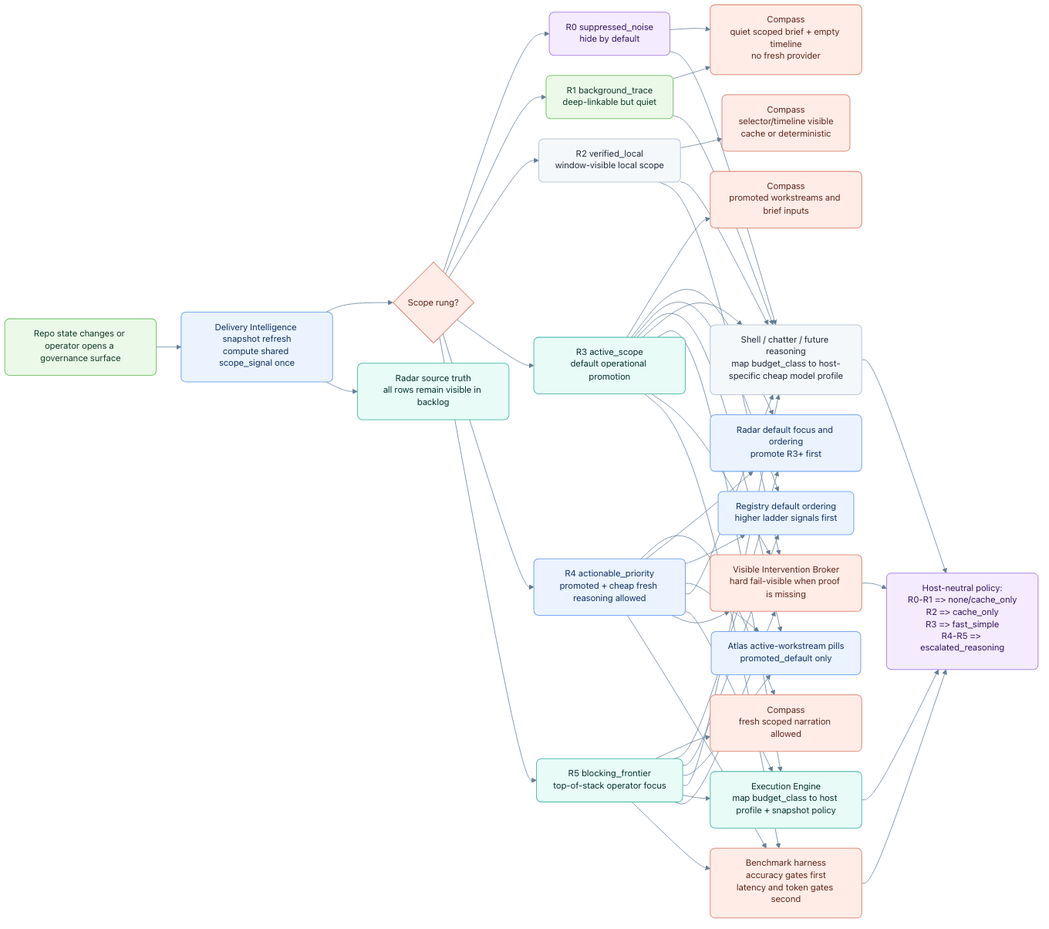
This is odylith/atlas/source/odylith-governance-surface-focus-and-budget-gating-flow.png from odylith/odylith, a Mermaid export, as it was before one commit. Its source is kept beside it as odylith/atlas/source/odylith-governance-surface-focus-and-budget-gating-flow.mmd.
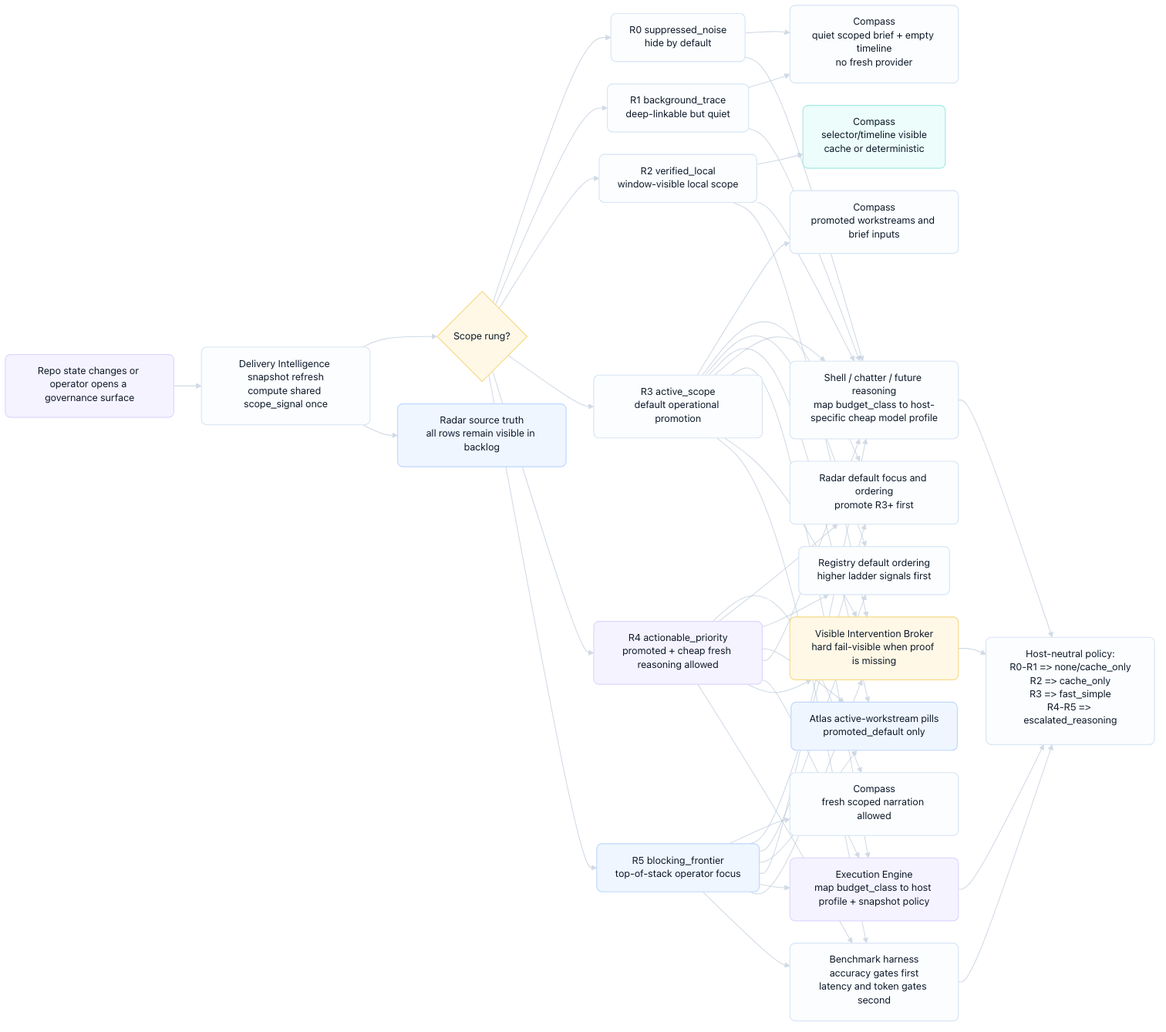
The same file after the commit.

Diff of the diagram source:
```diff
@@ -77,4 +77,4 @@
   VisibilityBroker --> Note
   BenchmarkBudget --> Note
 
-  classDef note fill:#eaf3ff,stroke:#77a9ef,color:#102f5f
+  classDef note fill:#FBFDFF,stroke:#D8E5F4,color:#132033
```
